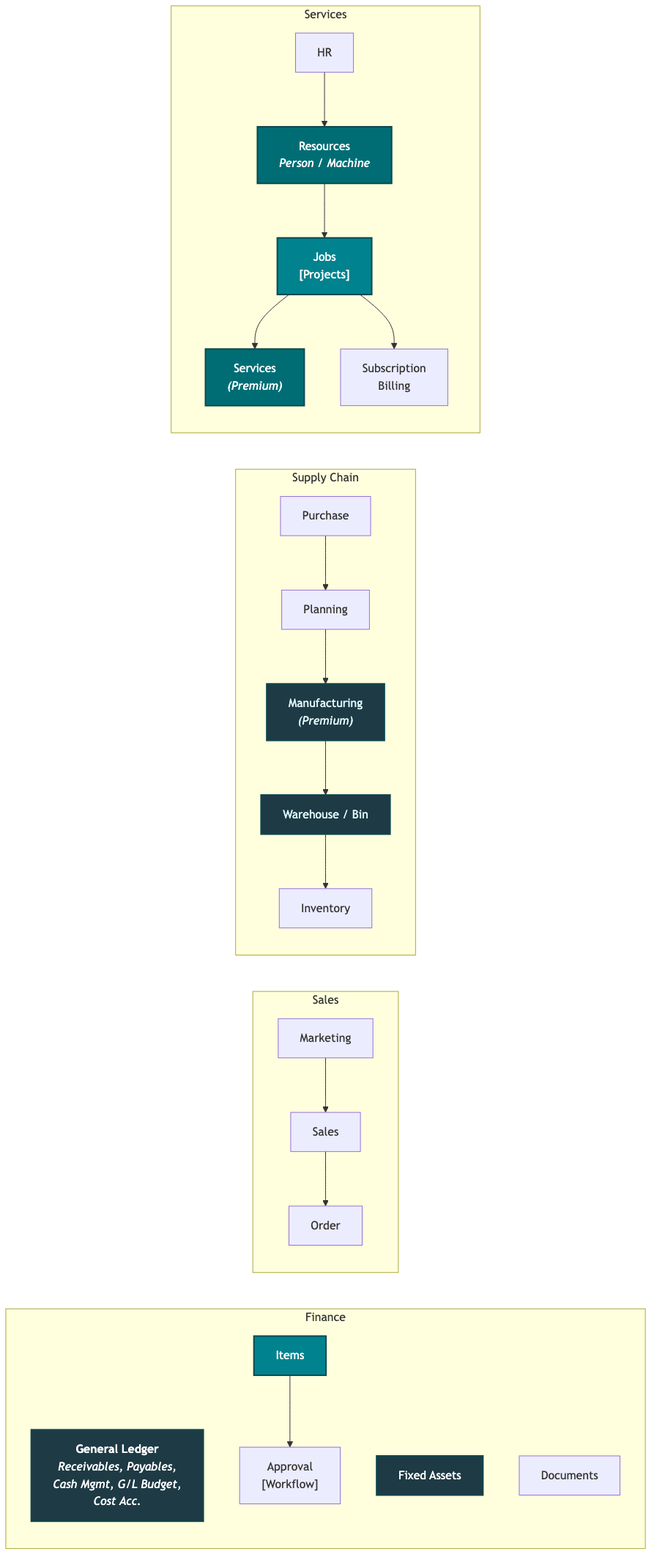
Earlier version of the Mermaid export ai/docs/diagrams/diagram-2.png (tentixo/chris-business-central). Its source is kept beside it as ai/docs/diagrams/diagram-2.mmd.
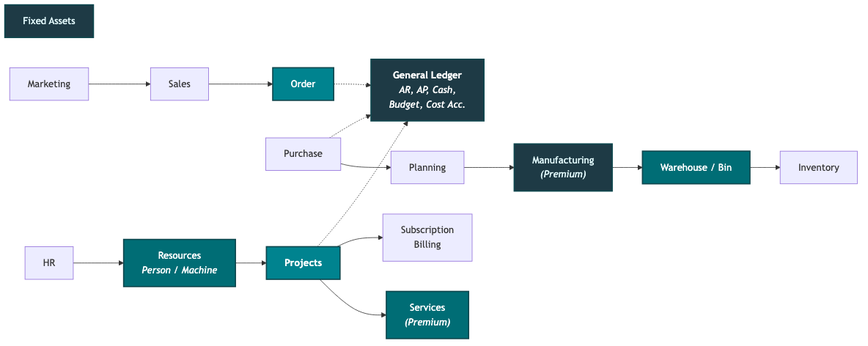
The same diagram one commit later.

The edit, as a diff of the source:
```diff
@@ -1,36 +1,22 @@
 graph LR
-    subgraph Finance
-        GL["<b>General Ledger</b><br/><i>Receivables, Payables,<br/>Cash Mgmt, G/L Budget,<br/>Cost Acc.</i>"]
-        FA["Fixed Assets"]
-        DOC["Documents"]
-        ITEM["Items"]
-        APR["Approval<br/>[Workflow]"]
-    end
+    GL["<b>General Ledger</b><br/><i>AR, AP, Cash,<br/>Budget, Cost Acc.</i>"]
+    FA["Fixed Assets"]
+    MKT["Marketing"] --> SALES["Sales"] --> ORD["Order"]
+    PUR["Purchase"] --> PLAN["Planning"] --> MFG["Manufacturing<br/><i>(Premium)</i>"]
+    MFG --> WH["Warehouse / Bin"] --> INV_S["Inventory"]
+    HR["HR"] --> RES["Resources<br/><i>Person / Machine</i>"] --> PROJ["<b>Projects</b>"]
+    PROJ --> SVC["Services<br/><i>(Premium)</i>"]
+    PROJ --> SUB["Subscription<br/>Billing"]
 
-    subgraph Sales
-        MKT["Marketing"] --> SALES["Sales"] --> ORD["Order"]
-    end
-
-    subgraph Supply Chain
-        PUR["Purchase"] --> PLAN["Planning"] --> MFG["Manufacturing<br/><i>(Premium)</i>"]
-        MFG --> WH["Warehouse / Bin"]
-        WH --> INV["Inventory"]
-    end
-
-    subgraph Services
-        HR["HR"] --> RES["Resources<br/><i>Person / Machine</i>"]
-        RES --> PROJ["Jobs<br/>[Projects]"]
-        PROJ --> SVC["Services<br/><i>(Premium)</i>"]
-        PROJ --> SUB["Subscription<br/>Billing"]
-    end
-
-    ITEM --> APR
+    ORD -.-> GL
+    PROJ -.-> GL
+    PUR -.-> GL
 
     style GL fill:#1E3A45,stroke:#0E474E,stroke-width:2px,color:#fff
-    style FA fill:#1E3A45,stroke:#0E474E,stroke-width:2px,color:#fff
+    style FA fill:#1E3A45,stroke:#0E474E,stroke-width:2px,color:#E0F7FA
     style PROJ fill:#00838F,stroke:#0E474E,stroke-width:2px,color:#fff
     style RES fill:#006D75,stroke:#0E474E,stroke-width:2px,color:#fff
-    style ITEM fill:#00838F,stroke:#0E474E,stroke-width:2px,color:#fff
+    style ORD fill:#00838F,stroke:#0E474E,stroke-width:2px,color:#fff
     style MFG fill:#1E3A45,stroke:#0E474E,stroke-width:2px,color:#E0F7FA
-    style WH fill:#1E3A45,stroke:#0E474E,stroke-width:2px,color:#E0F7FA
+    style WH fill:#006D75,stroke:#0E474E,stroke-width:2px,color:#fff
     style SVC fill:#006D75,stroke:#0E474E,stroke-width:2px,color:#fff
```
